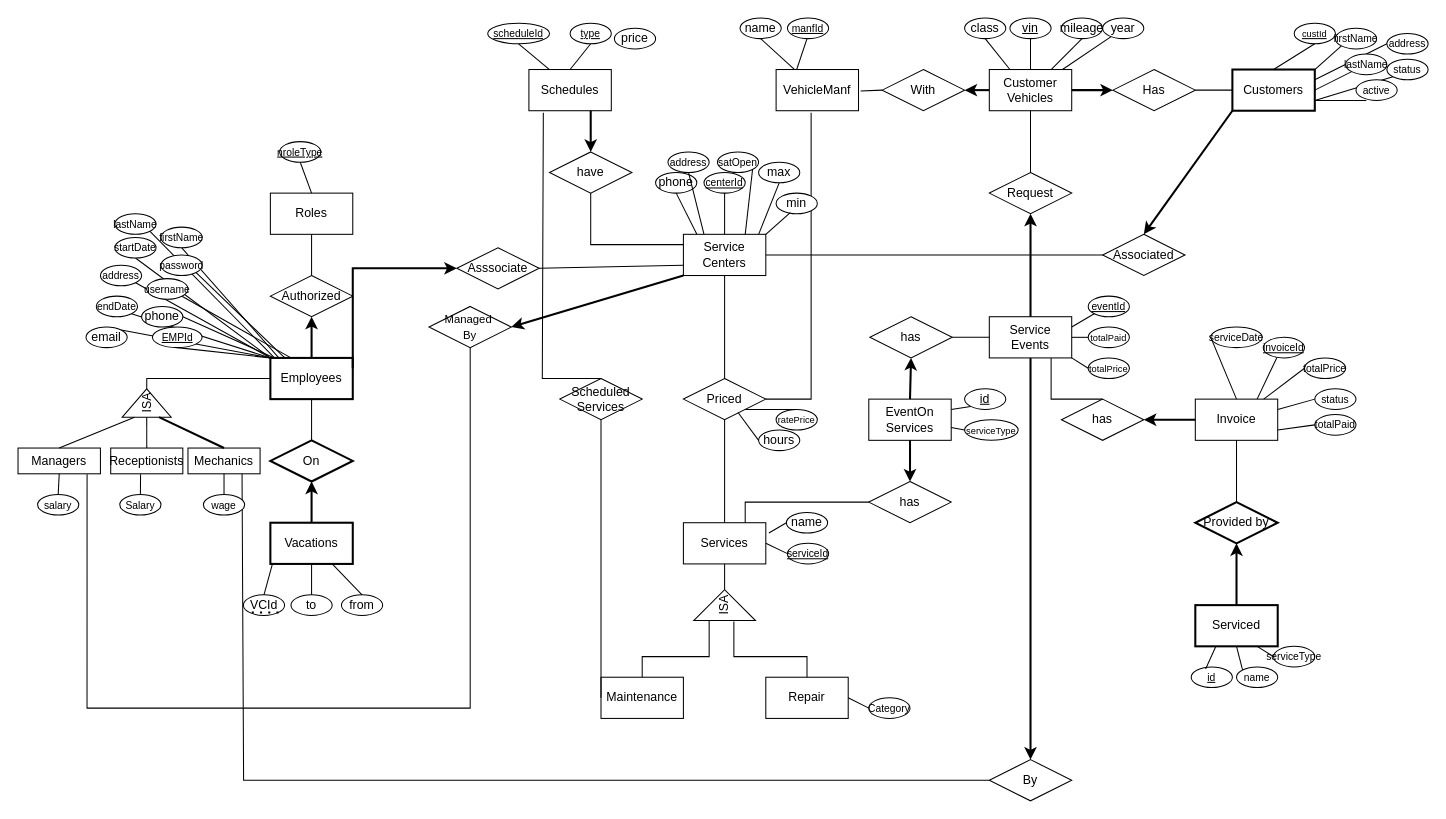
deanaf0702/Auto-Repair-and-Service-Management-System keeps this draw.io diagram as Deana/CarServiceCenter.drawio. Above is the earlier version. Source tidied: cells renumbered, new cells numbered last; positions are measured from the earlier drawing's top-left corner, leaving out a move shared by most shapes. Both pictures are drawn from the tidied source at 103%, with x=0, y=0 at pixel (18, 18).
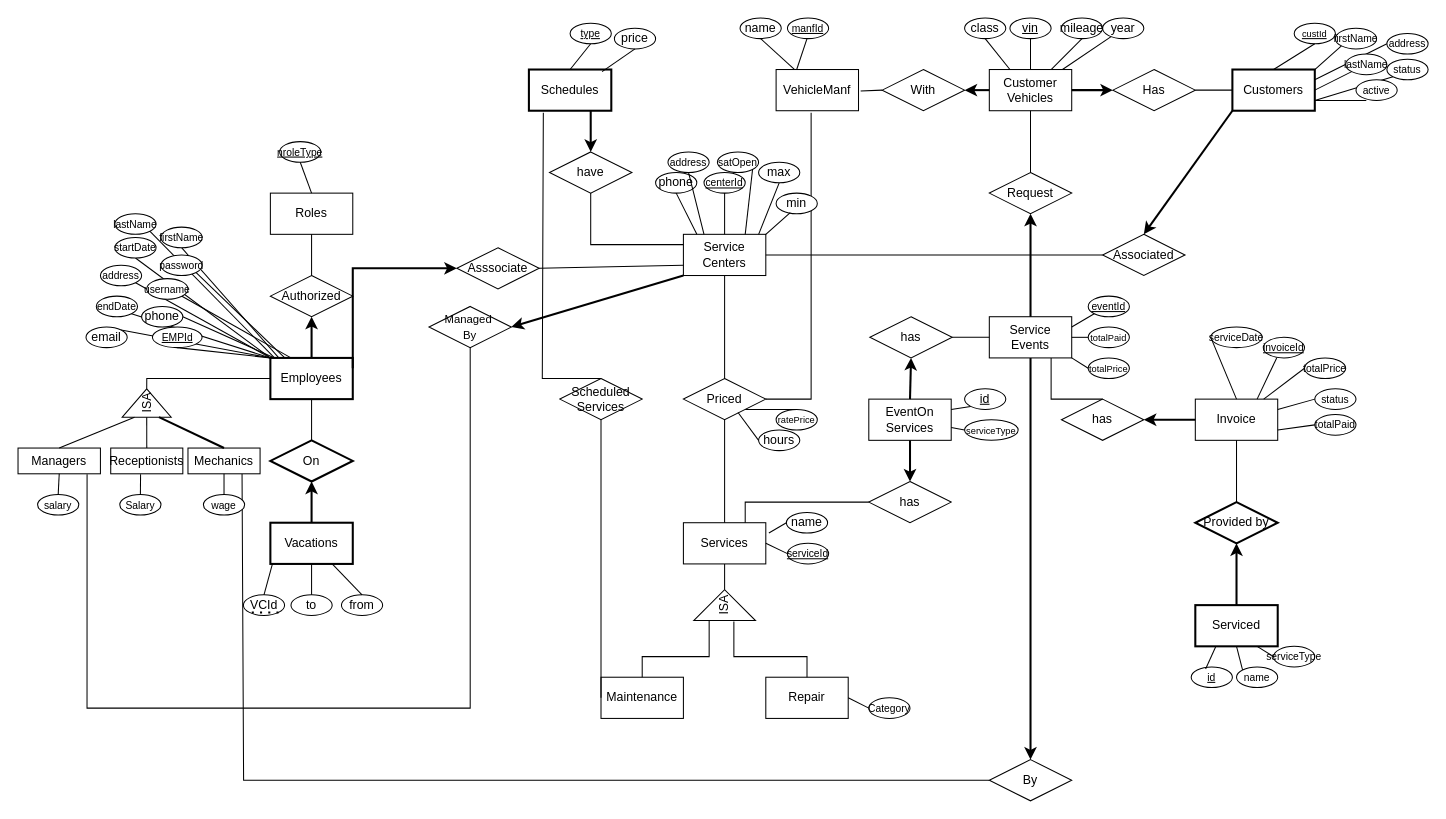
The same diagram, later.

The change refers to these unchanged cells:
```xml
<mxCell id="76" value="price" style="ellipse;whiteSpace=wrap;html=1;" parent="1" vertex="1">
  <mxGeometry x="579" y="10" width="40" height="20" as="geometry" />
</mxCell>
```

Diff of the diagram source:
```diff
@@
-    <mxCell id="19" value="Schedules" style="rounded=0;whiteSpace=wrap;html=1;" parent="1" vertex="1">
+    <mxCell id="19" value="Schedules" style="rounded=0;whiteSpace=wrap;html=1;strokeWidth=2;" parent="1" vertex="1">
       <mxGeometry x="496" y="50" width="80" height="40" as="geometry" />
     </mxCell>
@@
-    <mxCell id="80" value="&lt;font style=&quot;font-size: 10px;&quot;&gt;&lt;u&gt;scheduleId&lt;/u&gt;&lt;/font&gt;" style="ellipse;whiteSpace=wrap;html=1;" parent="1" vertex="1">
-      <mxGeometry x="456" y="5" width="60" height="20" as="geometry" />
-    </mxCell>
@@
-    <mxCell id="114" style="endArrow=none;html=1;rounded=0;fontSize=10;entryX=0.5;entryY=1;entryDx=0;entryDy=0;exitX=0.25;exitY=0;exitDx=0;exitDy=0;" parent="1" edge="1" source="19" target="80">
-      <mxGeometry relative="1" as="geometry" />
-    </mxCell>
@@
+    <mxCell id="191" style="endArrow=none;html=1;rounded=0;entryX=0.5;entryY=1;entryDx=0;entryDy=0;exitX=0.888;exitY=0.05;exitDx=0;exitDy=0;exitPerimeter=0;" parent="1" edge="1" source="19" target="76">
+      <mxGeometry relative="1" as="geometry" />
+    </mxCell>
```
